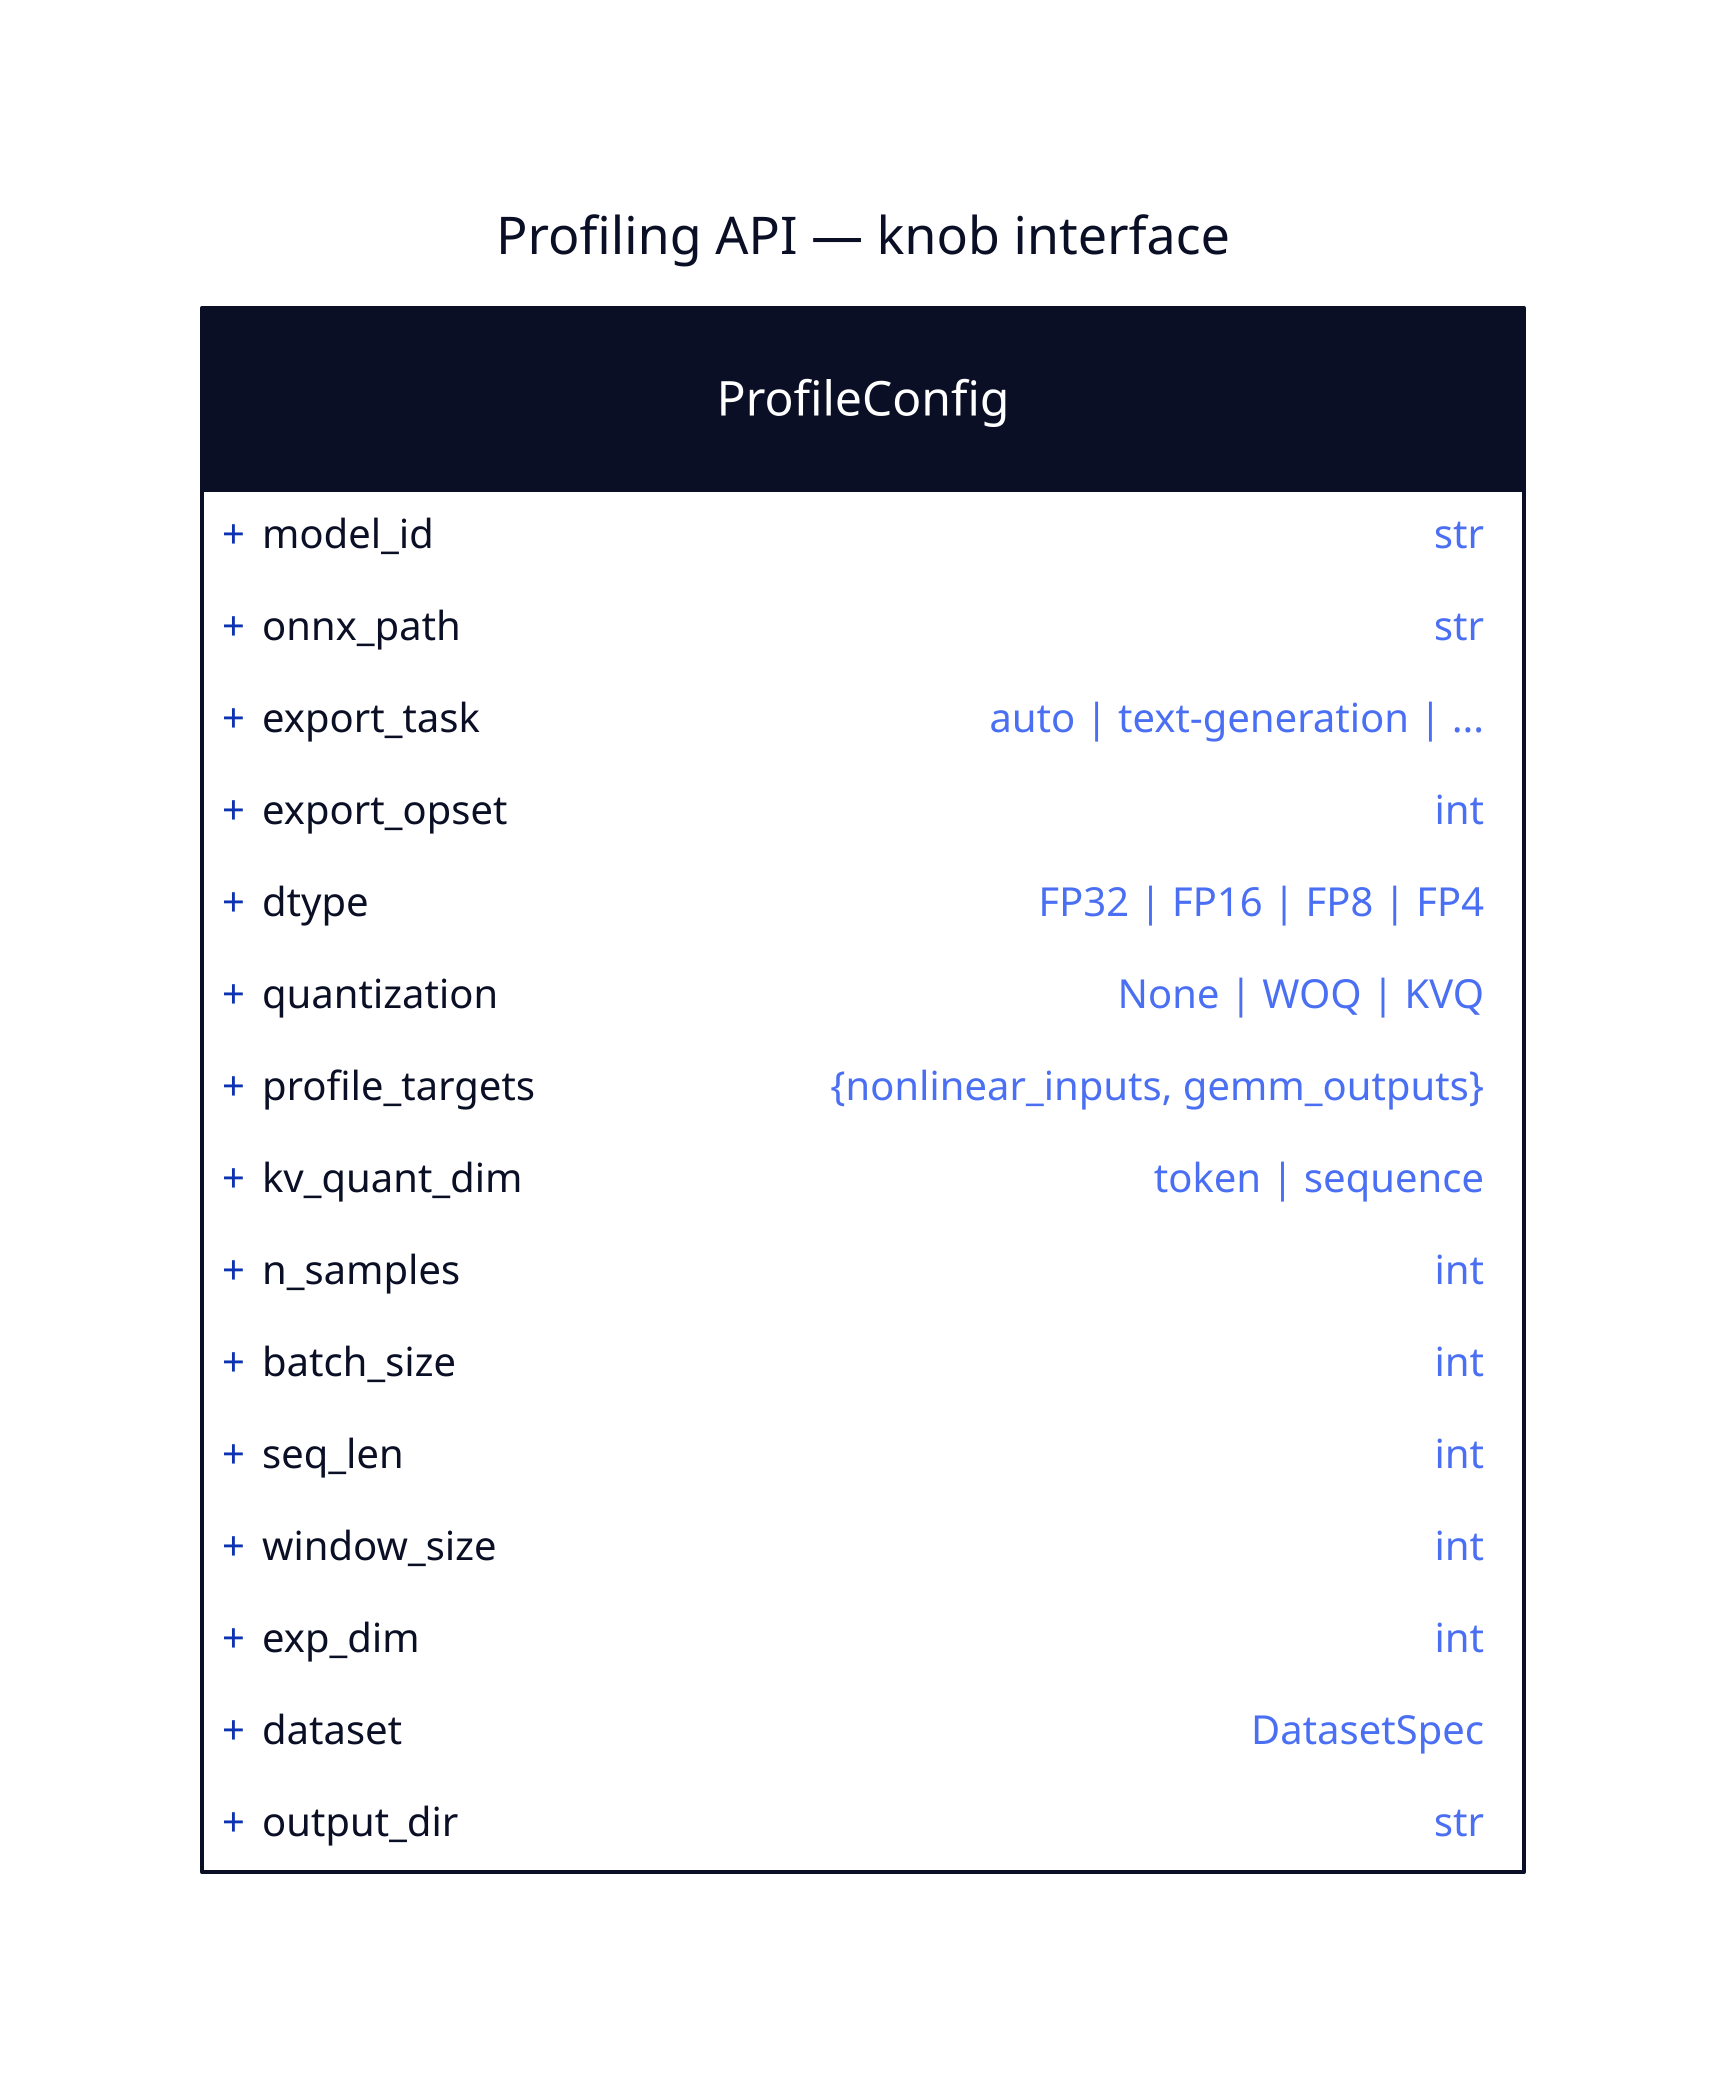
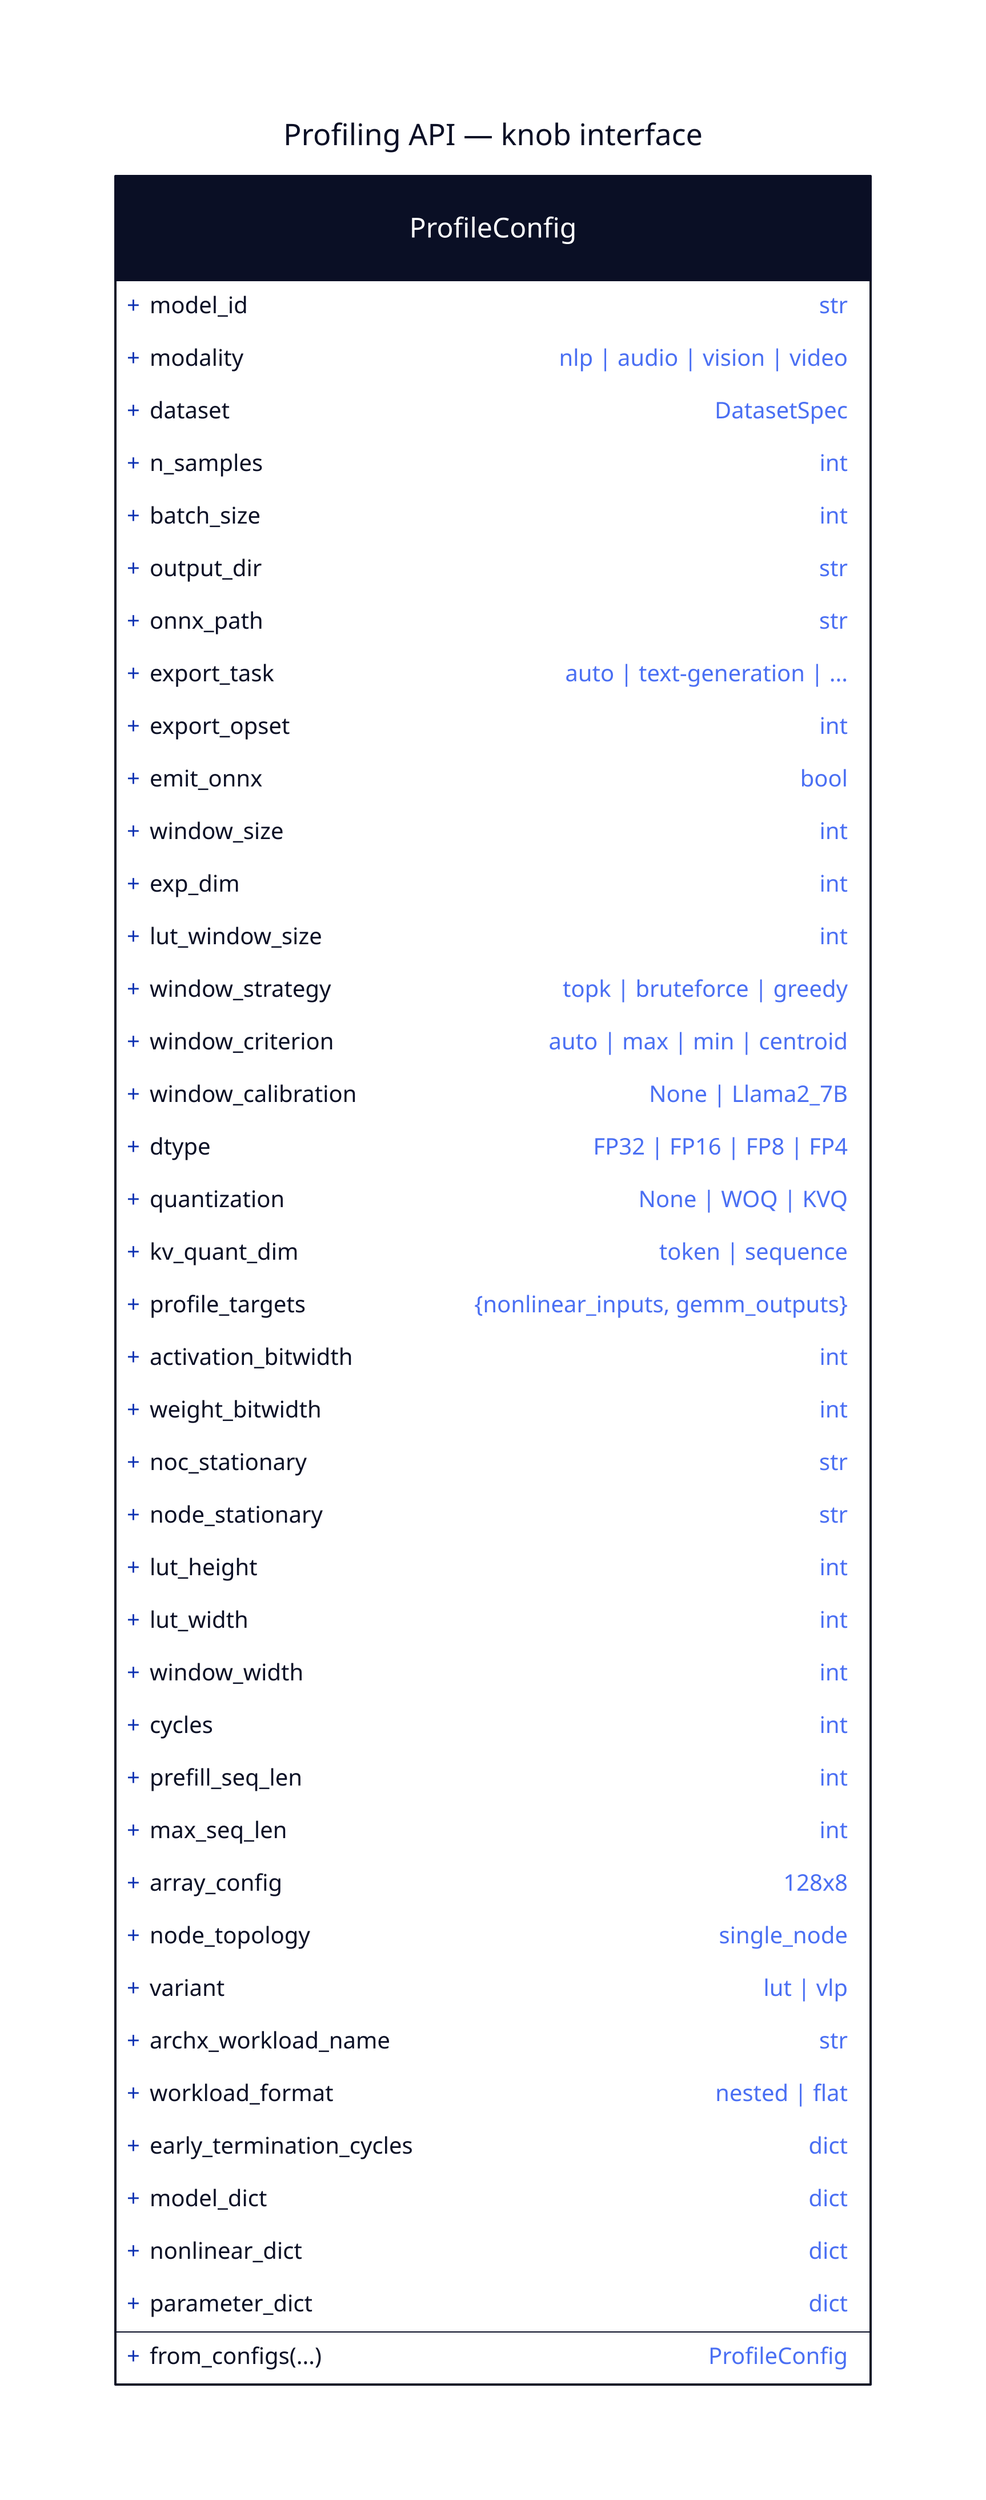
direction: down

title: Profiling API — knob interface {
  near: top-center
  shape: text
  style: { font-size: 26; bold: true }
}

ProfileConfig: {
  shape: class
  model_id: str
+   modality: "nlp | audio | vision | video"
+   dataset: DatasetSpec
+   n_samples: int
+   batch_size: int
+   output_dir: str
  onnx_path: str
  export_task: "auto | text-generation | ..."
  export_opset: int
+   emit_onnx: bool
+   window_size: int
+   exp_dim: int
+   lut_window_size: int
+   window_strategy: "topk | bruteforce | greedy"
+   window_criterion: "auto | max | min | centroid"
+   window_calibration: "None | Llama2_7B"
  dtype: "FP32 | FP16 | FP8 | FP4"
  quantization: "None | WOQ | KVQ"
+   kv_quant_dim: "token | sequence"
  profile_targets: "{nonlinear_inputs, gemm_outputs}"
-   kv_quant_dim: "token | sequence"
-   n_samples: int
-   batch_size: int
-   seq_len: int
-   window_size: int
-   exp_dim: int
-   dataset: DatasetSpec
-   output_dir: str
+   activation_bitwidth: int
+   weight_bitwidth: int
+   noc_stationary: str
+   node_stationary: str
+   lut_height: int
+   lut_width: int
+   window_width: int
+   cycles: int
+   prefill_seq_len: int
+   max_seq_len: int
+   array_config: "128x8"
+   node_topology: single_node
+   variant: "lut | vlp"
+   archx_workload_name: str
+   workload_format: "nested | flat"
+   early_termination_cycles: dict
+   model_dict: dict
+   nonlinear_dict: dict
+   parameter_dict: dict
+   "+from_configs(...)": ProfileConfig
}
